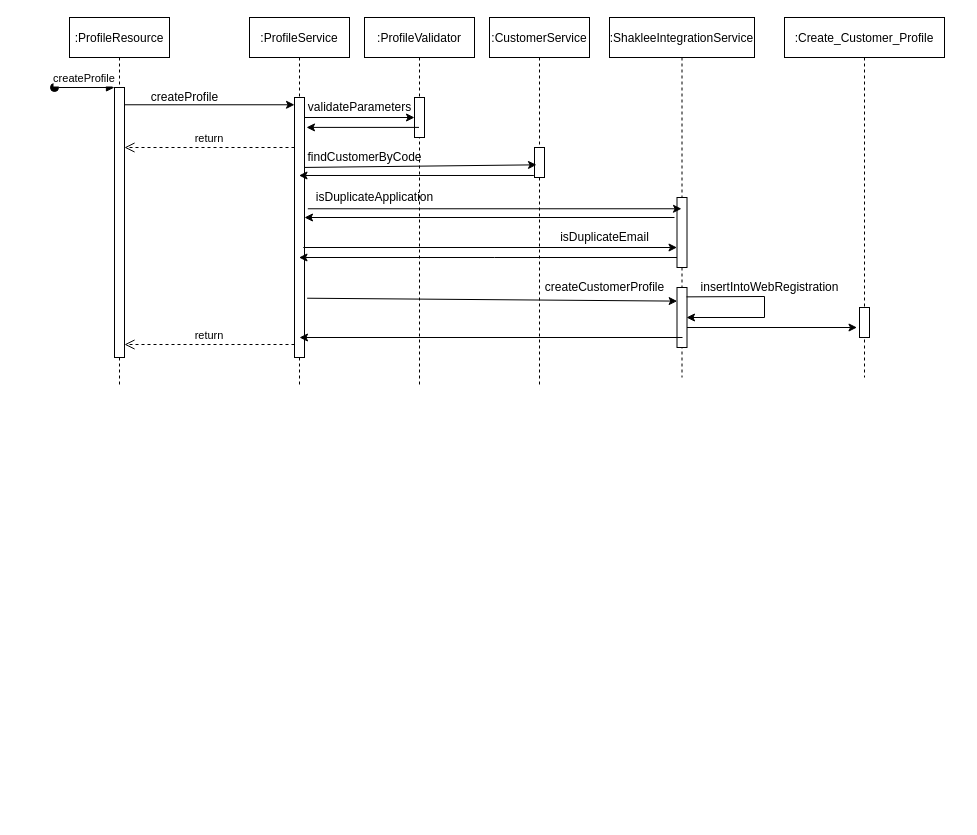
Before: REST API Sequence Diagram.drawio in rednas/Test, a draw.io diagram. Source tidied: cells renumbered, new cells numbered last; positions are measured from the earlier drawing's top-left corner, leaving out a move shared by most shapes. Both pictures are drawn from the tidied source at 100%, with x=0, y=0 at pixel (54, 17).
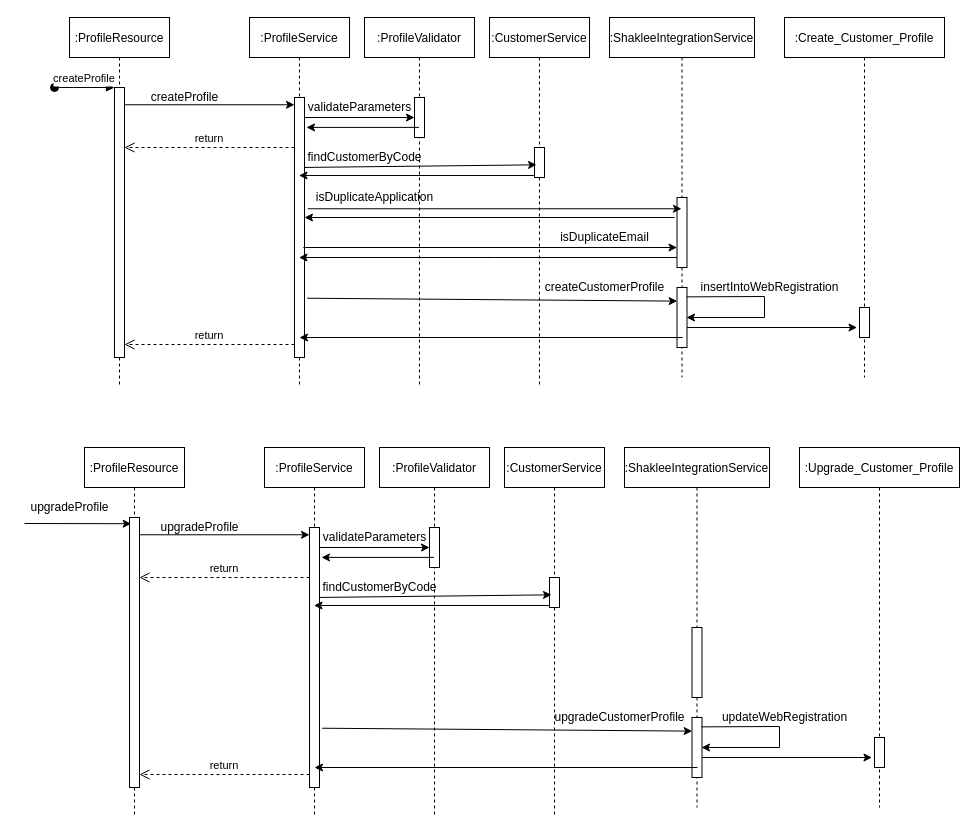
Above is the later version.

Commit message:
Profile Sequence Diagram.drawio

What changed in the source:
```diff
@@
+    <mxCell id="38" value=":ProfileResource" style="shape=umlLifeline;perimeter=lifelinePerimeter;rounded=0;shadow=0;strokeWidth=1;" parent="1" vertex="1">
+      <mxGeometry x="30" y="430" width="100" height="370" as="geometry" />
+    </mxCell>
+    <mxCell id="39" style="points=[];perimeter=orthogonalPerimeter;rounded=0;shadow=0;strokeWidth=1;" parent="38" vertex="1">
+      <mxGeometry x="45" y="70" width="10" height="270" as="geometry" />
+    </mxCell>
+    <mxCell id="40" value=":ProfileService" style="shape=umlLifeline;perimeter=lifelinePerimeter;rounded=0;shadow=0;strokeWidth=1;" parent="1" vertex="1">
+      <mxGeometry x="210" y="430" width="100" height="370" as="geometry" />
+    </mxCell>
+    <mxCell id="41" style="points=[];perimeter=orthogonalPerimeter;rounded=0;shadow=0;strokeWidth=1;" parent="40" vertex="1">
+      <mxGeometry x="45" y="80" width="10" height="260" as="geometry" />
+    </mxCell>
+    <mxCell id="42" value="return" style="verticalAlign=bottom;endArrow=open;dashed=1;endSize=8;exitX=0;exitY=0.95;shadow=0;strokeWidth=1;" parent="1" edge="1" source="41" target="39">
+      <mxGeometry relative="1" as="geometry" />
+    </mxCell>
+    <mxCell id="43" value=":ProfileValidator" style="shape=umlLifeline;perimeter=lifelinePerimeter;rounded=0;shadow=0;strokeWidth=1;" parent="1" vertex="1">
+      <mxGeometry x="325" y="430" width="110" height="370" as="geometry" />
+    </mxCell>
+    <mxCell id="44" style="perimeter=orthogonalPerimeter;rounded=0;shadow=0;strokeWidth=1;" parent="43" vertex="1">
+      <mxGeometry x="50" y="80" width="10" height="40" as="geometry" />
+    </mxCell>
+    <mxCell id="45" value=":CustomerService" style="shape=umlLifeline;perimeter=lifelinePerimeter;rounded=0;shadow=0;strokeWidth=1;" parent="1" vertex="1">
+      <mxGeometry x="450" y="430" width="100" height="370" as="geometry" />
+    </mxCell>
+    <mxCell id="46" style="points=[];perimeter=orthogonalPerimeter;rounded=0;shadow=0;strokeWidth=1;" parent="45" vertex="1">
+      <mxGeometry x="45" y="130" width="10" height="30" as="geometry" />
+    </mxCell>
+    <mxCell id="47" value=":ShakleeIntegrationService" style="shape=umlLifeline;perimeter=lifelinePerimeter;rounded=0;shadow=0;strokeWidth=1;" parent="1" vertex="1">
+      <mxGeometry x="570" y="430" width="145" height="360" as="geometry" />
+    </mxCell>
+    <mxCell id="48" style="perimeter=orthogonalPerimeter;rounded=0;shadow=0;strokeWidth=1;" parent="47" vertex="1">
+      <mxGeometry x="67.5" y="180" width="10" height="70" as="geometry" />
+    </mxCell>
+    <mxCell id="49" style="points=[];perimeter=orthogonalPerimeter;rounded=0;shadow=0;strokeWidth=1;" parent="47" vertex="1">
+      <mxGeometry x="67.5" y="270" width="10" height="60" as="geometry" />
+    </mxCell>
+    <mxCell id="50" style="endArrow=classic;html=1;rounded=0;" parent="47" edge="1">
+      <mxGeometry relative="1" as="geometry">
+        <mxPoint x="77.5" y="310" as="sourcePoint" />
+        <mxPoint x="247.5" y="310" as="targetPoint" />
+      </mxGeometry>
+    </mxCell>
+    <mxCell id="51" style="endArrow=classic;html=1;rounded=0;exitX=0.95;exitY=0.156;exitDx=0;exitDy=0;exitPerimeter=0;entryX=0.95;entryY=0.5;entryDx=0;entryDy=0;entryPerimeter=0;" parent="47" edge="1" source="49" target="49">
+      <mxGeometry relative="1" as="geometry">
+        <Array as="points">
+          <mxPoint x="155" y="279" />
+          <mxPoint x="155" y="300" />
+        </Array>
+      </mxGeometry>
+    </mxCell>
+    <mxCell id="52" style="endArrow=classic;html=1;rounded=0;entryX=1.2;entryY=0.115;entryDx=0;entryDy=0;entryPerimeter=0;" parent="1" edge="1" source="43" target="41">
+      <mxGeometry relative="1" as="geometry" />
+    </mxCell>
+    <mxCell id="53" style="endArrow=classic;html=1;rounded=0;" parent="1" edge="1">
+      <mxGeometry relative="1" as="geometry">
+        <mxPoint x="265" y="530" as="sourcePoint" />
+        <mxPoint x="375" y="530" as="targetPoint" />
+      </mxGeometry>
+    </mxCell>
+    <mxCell id="54" style="endArrow=classic;html=1;rounded=0;exitX=1;exitY=0.269;exitDx=0;exitDy=0;exitPerimeter=0;entryX=0.2;entryY=0.578;entryDx=0;entryDy=0;entryPerimeter=0;" parent="1" edge="1" source="41" target="46">
+      <mxGeometry relative="1" as="geometry" />
+    </mxCell>
+    <mxCell id="55" style="endArrow=classic;html=1;rounded=0;exitX=-0.067;exitY=0.933;exitDx=0;exitDy=0;exitPerimeter=0;" parent="1" edge="1" source="46" target="40">
+      <mxGeometry relative="1" as="geometry" />
+    </mxCell>
+    <mxCell id="56" value=":Upgrade_Customer_Profile" style="shape=umlLifeline;perimeter=lifelinePerimeter;rounded=0;shadow=0;strokeWidth=1;" parent="1" vertex="1">
+      <mxGeometry x="745" y="430" width="160" height="360" as="geometry" />
+    </mxCell>
+    <mxCell id="57" style="perimeter=orthogonalPerimeter;rounded=0;shadow=0;strokeWidth=1;" parent="56" vertex="1">
+      <mxGeometry x="75" y="290" width="10" height="30" as="geometry" />
+    </mxCell>
+    <mxCell id="58" style="endArrow=classic;html=1;rounded=0;entryX=0.017;entryY=0.227;entryDx=0;entryDy=0;entryPerimeter=0;exitX=1.267;exitY=0.772;exitDx=0;exitDy=0;exitPerimeter=0;" parent="1" edge="1" source="41" target="49">
+      <mxGeometry relative="1" as="geometry" />
+    </mxCell>
+    <mxCell id="59" style="endArrow=classic;html=1;rounded=0;" parent="1" edge="1">
+      <mxGeometry relative="1" as="geometry">
+        <mxPoint x="643" y="750" as="sourcePoint" />
+        <mxPoint x="260" y="750" as="targetPoint" />
+      </mxGeometry>
+    </mxCell>
+    <mxCell id="60" value="return" style="verticalAlign=bottom;endArrow=open;dashed=1;endSize=8;exitX=0;exitY=0.95;shadow=0;strokeWidth=1;" parent="1" edge="1">
+      <mxGeometry relative="1" as="geometry">
+        <mxPoint x="255" y="560" as="sourcePoint" />
+        <mxPoint x="85" y="560" as="targetPoint" />
+      </mxGeometry>
+    </mxCell>
+    <mxCell id="61" style="endArrow=classic;html=1;rounded=0;exitX=1;exitY=0.064;exitDx=0;exitDy=0;exitPerimeter=0;" parent="1" edge="1" source="39" target="41">
+      <mxGeometry relative="1" as="geometry" />
+    </mxCell>
+    <mxCell id="62" value="upgradeProfile" style="text;html=1;align=center;verticalAlign=middle;strokeColor=none;fillColor=none;" parent="1" vertex="1">
+      <mxGeometry x="100" y="500" width="90" height="20" as="geometry" />
+    </mxCell>
+    <mxCell id="63" value="validateParameters" style="text;html=1;align=center;verticalAlign=middle;strokeColor=none;fillColor=none;" parent="1" vertex="1">
+      <mxGeometry x="260" y="510" width="120" height="20" as="geometry" />
+    </mxCell>
+    <mxCell id="64" value="findCustomerByCode" style="text;html=1;align=center;verticalAlign=middle;strokeColor=none;fillColor=none;" parent="1" vertex="1">
+      <mxGeometry x="260" y="560" width="130" height="20" as="geometry" />
+    </mxCell>
+    <mxCell id="65" value="upgradeCustomerProfile" style="text;html=1;align=center;verticalAlign=middle;strokeColor=none;fillColor=none;" parent="1" vertex="1">
+      <mxGeometry x="490" y="690" width="150" height="20" as="geometry" />
+    </mxCell>
+    <mxCell id="66" value="updateWebRegistration" style="text;html=1;align=center;verticalAlign=middle;strokeColor=none;fillColor=none;" parent="1" vertex="1">
+      <mxGeometry x="660" y="690" width="140" height="20" as="geometry" />
+    </mxCell>
+    <mxCell id="67" style="endArrow=classic;html=1;rounded=0;entryX=0.167;entryY=0.023;entryDx=0;entryDy=0;entryPerimeter=0;" parent="1" edge="1" target="39">
+      <mxGeometry relative="1" as="geometry">
+        <mxPoint x="-30" y="506" as="sourcePoint" />
+      </mxGeometry>
+    </mxCell>
+    <mxCell id="68" value="upgradeProfile" style="text;html=1;align=center;verticalAlign=middle;strokeColor=none;fillColor=none;" parent="1" vertex="1">
+      <mxGeometry x="-30" y="480" width="90" height="20" as="geometry" />
+    </mxCell>
```
